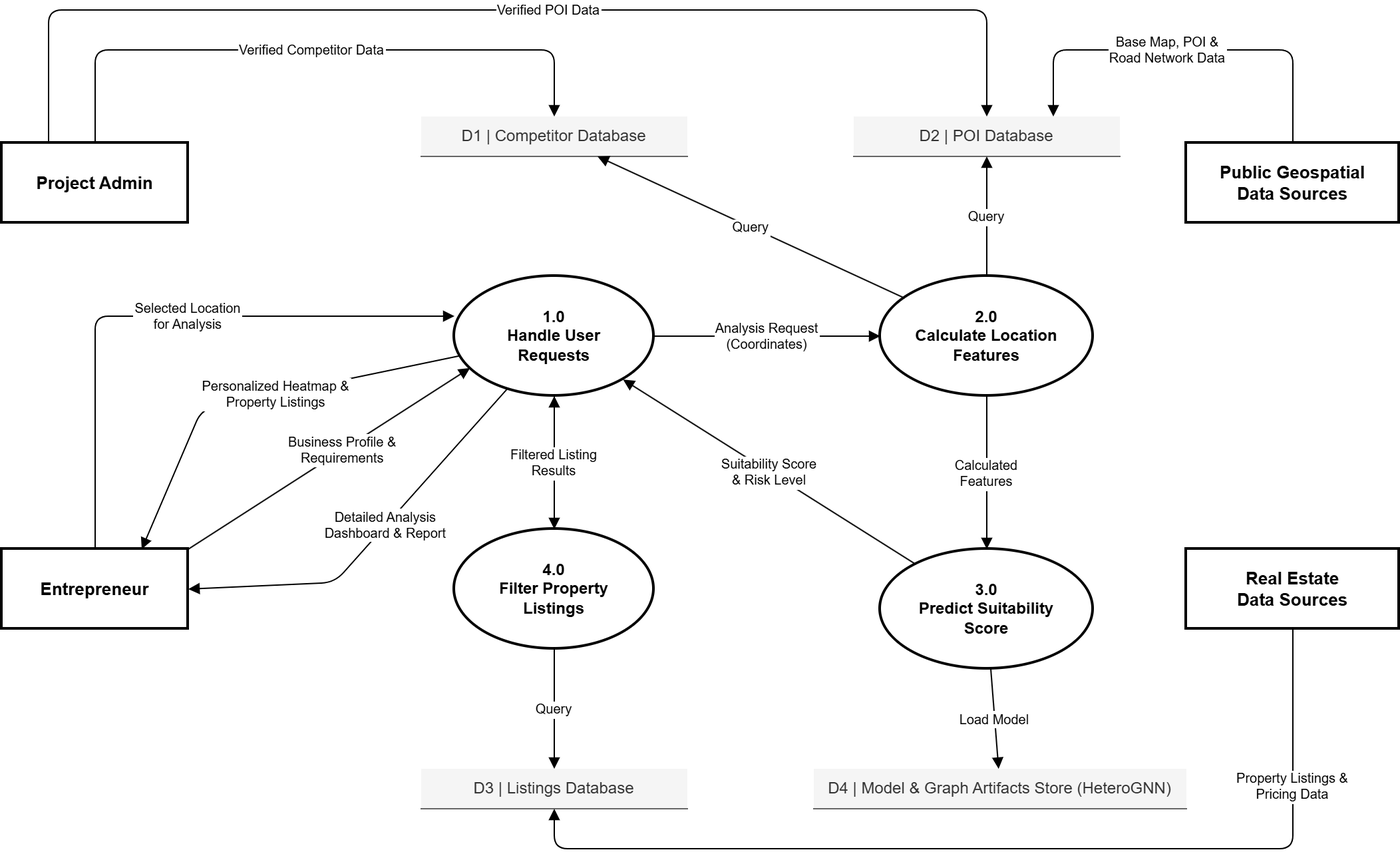
Sujalcha7/SiteX_Doc keeps this draw.io diagram as img/Level1ContextDiagram.png. Above is the earlier version. Source tidied: cells renumbered, new cells last; positions are measured from the earlier drawing's top-left corner, leaving out a move shared by most shapes.
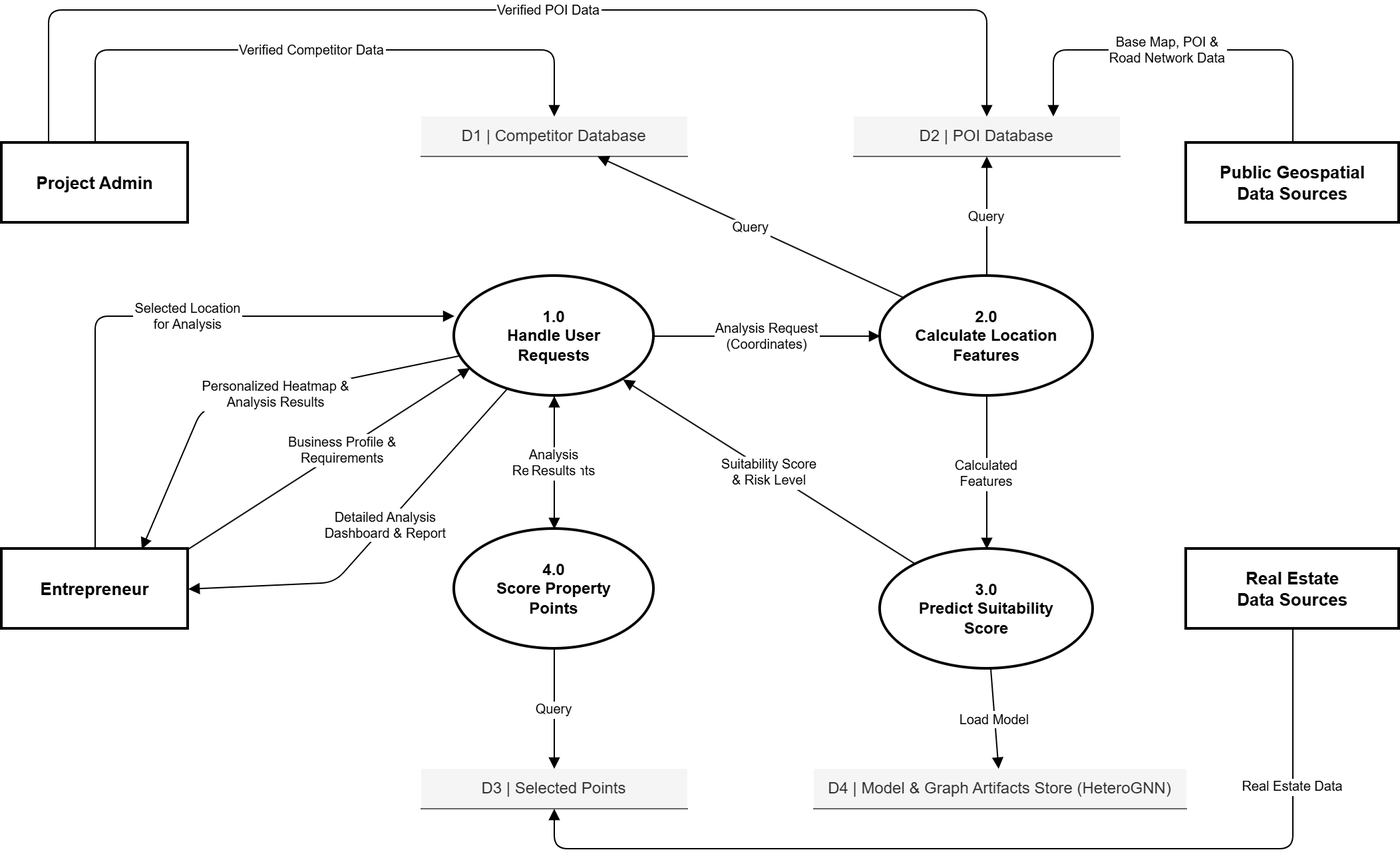
Later version of the same file.

Diff of the diagram source:
```diff
@@ -31,7 +31,7 @@
     <mxCell id="9" value="3.0&#10;Predict Suitability&#10;Score" style="ellipse;whiteSpace=wrap;strokeWidth=2;fontSize=12;fontStyle=1;" parent="1" vertex="1">
       <mxGeometry x="660" y="405" width="160" height="90" as="geometry" />
     </mxCell>
-    <mxCell id="10" value="4.0&#10;Filter Property&#10;Listings" style="ellipse;whiteSpace=wrap;strokeWidth=2;fontSize=12;fontStyle=1;" parent="1" vertex="1">
+    <mxCell id="10" value="4.0&#10;Score Property&#10;Points" style="ellipse;whiteSpace=wrap;strokeWidth=2;fontSize=12;fontStyle=1;" parent="1" vertex="1">
       <mxGeometry x="340" y="390" width="150" height="90" as="geometry" />
     </mxCell>
     <mxCell id="11" value="D1 | Competitor Database" style="shape=partialRectangle;top=0;left=0;right=0;bottom=1;whiteSpace=wrap;strokeWidth=1;fontSize=12;fillColor=#f5f5f5;strokeColor=#666666;fontColor=#333333;" parent="1" vertex="1">
@@ -40,7 +40,7 @@
     <mxCell id="12" value="D2 | POI Database" style="shape=partialRectangle;top=0;left=0;right=0;bottom=1;whiteSpace=wrap;strokeWidth=1;fontSize=12;fillColor=#f5f5f5;strokeColor=#666666;fontColor=#333333;" parent="1" vertex="1">
       <mxGeometry x="640" y="80" width="200" height="30" as="geometry" />
     </mxCell>
-    <mxCell id="13" value="D3 | Listings Database" style="shape=partialRectangle;top=0;left=0;right=0;bottom=1;whiteSpace=wrap;strokeWidth=1;fontSize=12;fillColor=#f5f5f5;strokeColor=#666666;fontColor=#333333;" parent="1" vertex="1">
+    <mxCell id="13" value="D3 | Selected Points" style="shape=partialRectangle;top=0;left=0;right=0;bottom=1;whiteSpace=wrap;strokeWidth=1;fontSize=12;fillColor=#f5f5f5;strokeColor=#666666;fontColor=#333333;" parent="1" vertex="1">
       <mxGeometry x="315" y="570" width="200" height="30" as="geometry" />
     </mxCell>
     <mxCell id="14" value="D4 | Model &amp; Graph Artifacts Store (HeteroGNN)" style="shape=partialRectangle;top=0;left=0;right=0;bottom=1;whiteSpace=wrap;strokeWidth=1;fontSize=12;fillColor=#f5f5f5;strokeColor=#666666;fontColor=#333333;" parent="1" vertex="1">
@@ -49,7 +49,7 @@
     <mxCell id="15" value="Business Profile &amp;&#10;Requirements" style="endArrow=block;endFill=1;strokeWidth=1;fontSize=10;exitX=1;exitY=0;exitDx=0;exitDy=0;entryX=0.078;entryY=0.766;entryDx=0;entryDy=0;entryPerimeter=0;" parent="1" edge="1" source="3" target="7">
       <mxGeometry x="0.1" relative="1" as="geometry" />
     </mxCell>
-    <mxCell id="16" value="Personalized Heatmap &amp;&#10;Property Listings" style="endArrow=block;endFill=1;strokeWidth=1;fontSize=10;entryX=0.75;entryY=0;entryDx=0;entryDy=0;" parent="1" edge="1" source="7" target="3">
+    <mxCell id="16" value="Personalized Heatmap &amp;&#10;Analysis Results" style="endArrow=block;endFill=1;strokeWidth=1;fontSize=10;entryX=0.75;entryY=0;entryDx=0;entryDy=0;" parent="1" edge="1" source="7" target="3">
       <mxGeometry x="-0.1" relative="1" as="geometry">
         <Array as="points">
           <mxPoint x="150" y="300" />
@@ -86,7 +86,7 @@
         </Array>
       </mxGeometry>
     </mxCell>
-    <mxCell id="21" value="Property Listings &amp;&#10;Pricing Data" style="endArrow=block;endFill=1;strokeWidth=1;fontSize=10;exitX=0.5;exitY=1;exitDx=0;exitDy=0;entryX=0.5;entryY=1;entryDx=0;entryDy=0;" parent="1" edge="1" source="6" target="13">
+    <mxCell id="21" value="Real Estate Data" style="endArrow=block;endFill=1;strokeWidth=1;fontSize=10;exitX=0.5;exitY=1;exitDx=0;exitDy=0;entryX=0.5;entryY=1;entryDx=0;entryDy=0;" parent="1" edge="1" source="6" target="13">
       <mxGeometry x="-0.69" relative="1" as="geometry">
         <Array as="points">
           <mxPoint x="970" y="630" />
@@ -106,7 +106,7 @@
     <mxCell id="25" value="Filter&#10;Requirements" style="endArrow=block;endFill=1;strokeWidth=1;fontSize=10;" parent="1" edge="1" source="7" target="10">
       <mxGeometry relative="1" as="geometry" />
     </mxCell>
-    <mxCell id="26" value="Filtered Listing&#10;Results" style="endArrow=block;endFill=1;strokeWidth=1;fontSize=10;" parent="1" edge="1" source="10" target="7">
+    <mxCell id="26" value="Analysis&#10;Results" style="endArrow=block;endFill=1;strokeWidth=1;fontSize=10;" parent="1" edge="1" source="10" target="7">
       <mxGeometry relative="1" as="geometry" />
     </mxCell>
     <mxCell id="27" value="Query" style="endArrow=block;endFill=1;strokeWidth=1;fontSize=10;dashed=0;" parent="1" edge="1" source="8" target="11">
```
